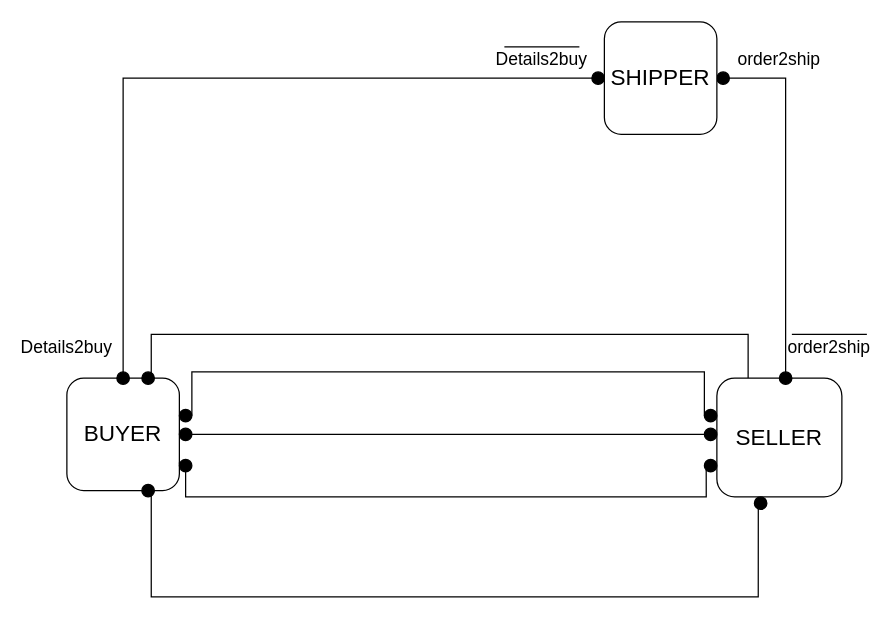
The draw.io diagram Untitled Diagram.drawio in jfriisKU/PathFinding, before the edit. Source tidied: cells renumbered, new cells numbered last; positions are measured from the earlier drawing's top-left corner, leaving out a move shared by most shapes. Both pictures are drawn from the tidied source at 125%, with x=0, y=0 at pixel (41, 21).
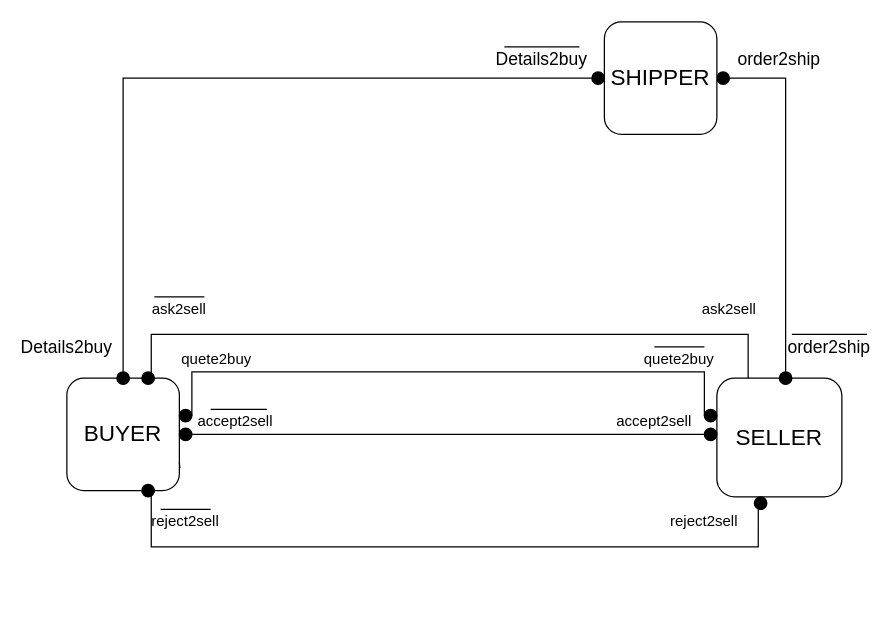
The same diagram, later.

The change refers to these unchanged cells:
```xml
<mxCell id="4" value="&lt;font style=&quot;font-size: 18px&quot;&gt;BUYER&lt;/font&gt;" style="rounded=1;whiteSpace=wrap;html=1;" parent="1" vertex="1">
  <mxGeometry x="20" y="285" width="90" height="90" as="geometry" />
</mxCell>
<mxCell id="25" style="ellipse;whiteSpace=wrap;html=1;fillColor=#000000;" parent="1" vertex="1">
  <mxGeometry x="570" y="380" width="10" height="10" as="geometry" />
</mxCell>
```

Diff of the diagram source:
```diff
@@
-    <mxCell id="17" style="edgeStyle=orthogonalEdgeStyle;rounded=0;jettySize=auto;html=1;exitX=0.5;exitY=1;exitDx=0;exitDy=0;entryX=0;entryY=1;entryDx=0;entryDy=0;endArrow=none;endFill=0;" parent="1" edge="1" source="18" target="20">
-      <mxGeometry relative="1" as="geometry">
-        <Array as="points">
-          <mxPoint x="115" y="380" />
-          <mxPoint x="532" y="380" />
-        </Array>
-      </mxGeometry>
-    </mxCell>
-    <mxCell id="18" style="ellipse;whiteSpace=wrap;html=1;fillColor=#000000;" parent="1" vertex="1">
-      <mxGeometry x="110" y="350" width="10" height="10" as="geometry" />
-    </mxCell>
-    <mxCell id="19" style="edgeStyle=orthogonalEdgeStyle;rounded=0;jettySize=auto;html=1;exitX=1;exitY=0.75;exitDx=0;exitDy=0;entryX=0;entryY=0.75;entryDx=0;entryDy=0;endArrow=none;endFill=0;" parent="1" edge="1" source="4" target="18">
-      <mxGeometry relative="1" as="geometry" />
+    <mxCell id="19" style="edgeStyle=orthogonalEdgeStyle;rounded=0;jettySize=auto;html=1;exitX=1;exitY=0.75;exitDx=0;exitDy=0;entryX=0;entryY=0.75;entryDx=0;entryDy=0;endArrow=none;endFill=0;" parent="1" edge="1" source="4">
+      <mxGeometry relative="1" as="geometry">
+        <mxPoint x="110.4" y="356.9" as="targetPoint" />
+      </mxGeometry>
     </mxCell>
-    <mxCell id="20" style="ellipse;whiteSpace=wrap;html=1;fillColor=#000000;" parent="1" vertex="1">
-      <mxGeometry x="530" y="350" width="10" height="10" as="geometry" />
-    </mxCell>
@@
     <mxCell id="26" style="edgeStyle=orthogonalEdgeStyle;rounded=0;jettySize=auto;html=1;exitX=0.75;exitY=1;exitDx=0;exitDy=0;entryX=0.25;entryY=1;entryDx=0;entryDy=0;endArrow=none;endFill=0;" parent="1" edge="1" source="4" target="25">
       <mxGeometry relative="1" as="geometry">
         <Array as="points">
-          <mxPoint x="88" y="460" />
-          <mxPoint x="573" y="460" />
+          <mxPoint x="88" y="420" />
+          <mxPoint x="573" y="420" />
         </Array>
       </mxGeometry>
     </mxCell>
@@
+    <mxCell id="32" value="ask2sell" style="text;html=1;strokeColor=none;fillColor=none;align=center;verticalAlign=middle;whiteSpace=wrap;rounded=0;" parent="1" vertex="1">
+      <mxGeometry x="90" y="220" width="40" height="20" as="geometry" />
+    </mxCell>
+    <mxCell id="33" style="endArrow=none;html=1;exitX=0;exitY=0;exitDx=0;exitDy=0;entryX=1;entryY=0;entryDx=0;entryDy=0;" parent="1" edge="1" source="32" target="32">
+      <mxGeometry relative="1" as="geometry" />
+    </mxCell>
+    <mxCell id="34" value="&lt;div&gt;ask2sell&lt;/div&gt;" style="text;html=1;strokeColor=none;fillColor=none;align=center;verticalAlign=middle;whiteSpace=wrap;rounded=0;" parent="1" vertex="1">
+      <mxGeometry x="530" y="220" width="40" height="20" as="geometry" />
+    </mxCell>
+    <mxCell id="35" value="quete2buy" style="text;html=1;strokeColor=none;fillColor=none;align=center;verticalAlign=middle;whiteSpace=wrap;rounded=0;" parent="1" vertex="1">
+      <mxGeometry x="120" y="260" width="40" height="20" as="geometry" />
+    </mxCell>
+    <mxCell id="36" value="quete2buy" style="text;html=1;strokeColor=none;fillColor=none;align=center;verticalAlign=middle;whiteSpace=wrap;rounded=0;" parent="1" vertex="1">
+      <mxGeometry x="490" y="260" width="40" height="20" as="geometry" />
+    </mxCell>
+    <mxCell id="37" value="accept2sell" style="text;html=1;strokeColor=none;fillColor=none;align=center;verticalAlign=middle;whiteSpace=wrap;rounded=0;" parent="1" vertex="1">
+      <mxGeometry x="135" y="310" width="40" height="20" as="geometry" />
+    </mxCell>
+    <mxCell id="38" value="accept2sell" style="text;html=1;strokeColor=none;fillColor=none;align=center;verticalAlign=middle;whiteSpace=wrap;rounded=0;" parent="1" vertex="1">
+      <mxGeometry x="470" y="310" width="40" height="20" as="geometry" />
+    </mxCell>
+    <mxCell id="39" value="reject2sell" style="text;html=1;strokeColor=none;fillColor=none;align=center;verticalAlign=middle;whiteSpace=wrap;rounded=0;rotation=0;" parent="1" vertex="1">
+      <mxGeometry x="95" y="390" width="40" height="20" as="geometry" />
+    </mxCell>
+    <mxCell id="40" value="reject2sell" style="text;html=1;strokeColor=none;fillColor=none;align=center;verticalAlign=middle;whiteSpace=wrap;rounded=0;" parent="1" vertex="1">
+      <mxGeometry x="510" y="390" width="40" height="20" as="geometry" />
+    </mxCell>
+    <mxCell id="41" style="endArrow=none;html=1;exitX=0;exitY=0;exitDx=0;exitDy=0;" parent="1" edge="1" source="37">
+      <mxGeometry relative="1" as="geometry">
+        <mxPoint x="180" y="310" as="targetPoint" />
+      </mxGeometry>
+    </mxCell>
+    <mxCell id="42" style="endArrow=none;html=1;exitX=0;exitY=0;exitDx=0;exitDy=0;entryX=1;entryY=0;entryDx=0;entryDy=0;" parent="1" edge="1" source="39" target="39">
+      <mxGeometry relative="1" as="geometry" />
+    </mxCell>
+    <mxCell id="43" style="endArrow=none;html=1;entryX=1;entryY=0;entryDx=0;entryDy=0;exitX=0;exitY=0;exitDx=0;exitDy=0;" parent="1" edge="1" source="36" target="36">
+      <mxGeometry relative="1" as="geometry" />
+    </mxCell>
```
